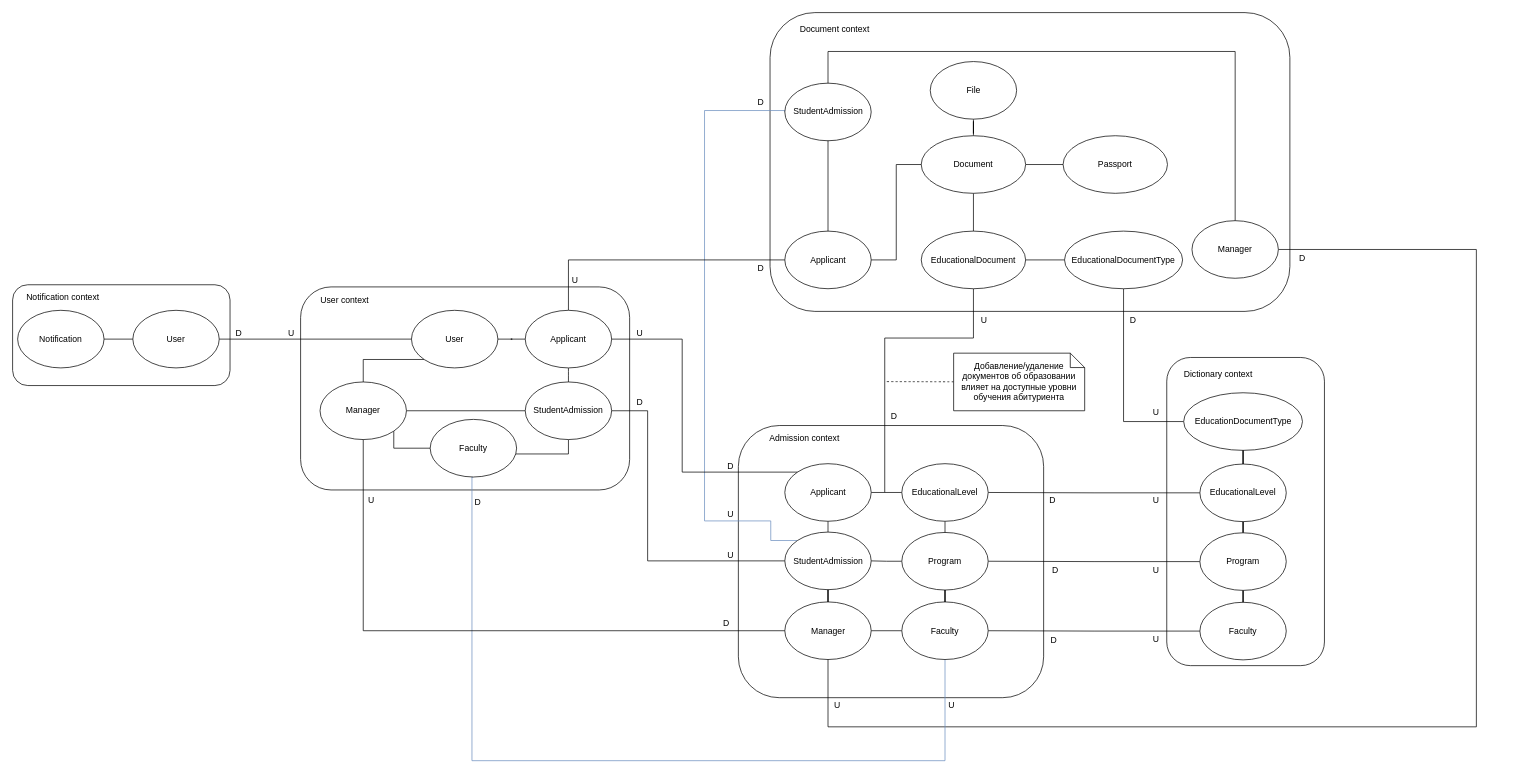
The draw.io diagram page "Context map" (1 of 7) of AdmissionSystem.drawio.xml in kubavsop/UniversityAdmission, before the edit. Source tidied: cells renumbered, new cells numbered last; positions are measured from the earlier drawing's top-left corner, leaving out a move shared by most shapes. Both pictures are drawn from the tidied source at 72%, with x=0, y=0 at pixel (12, 12).
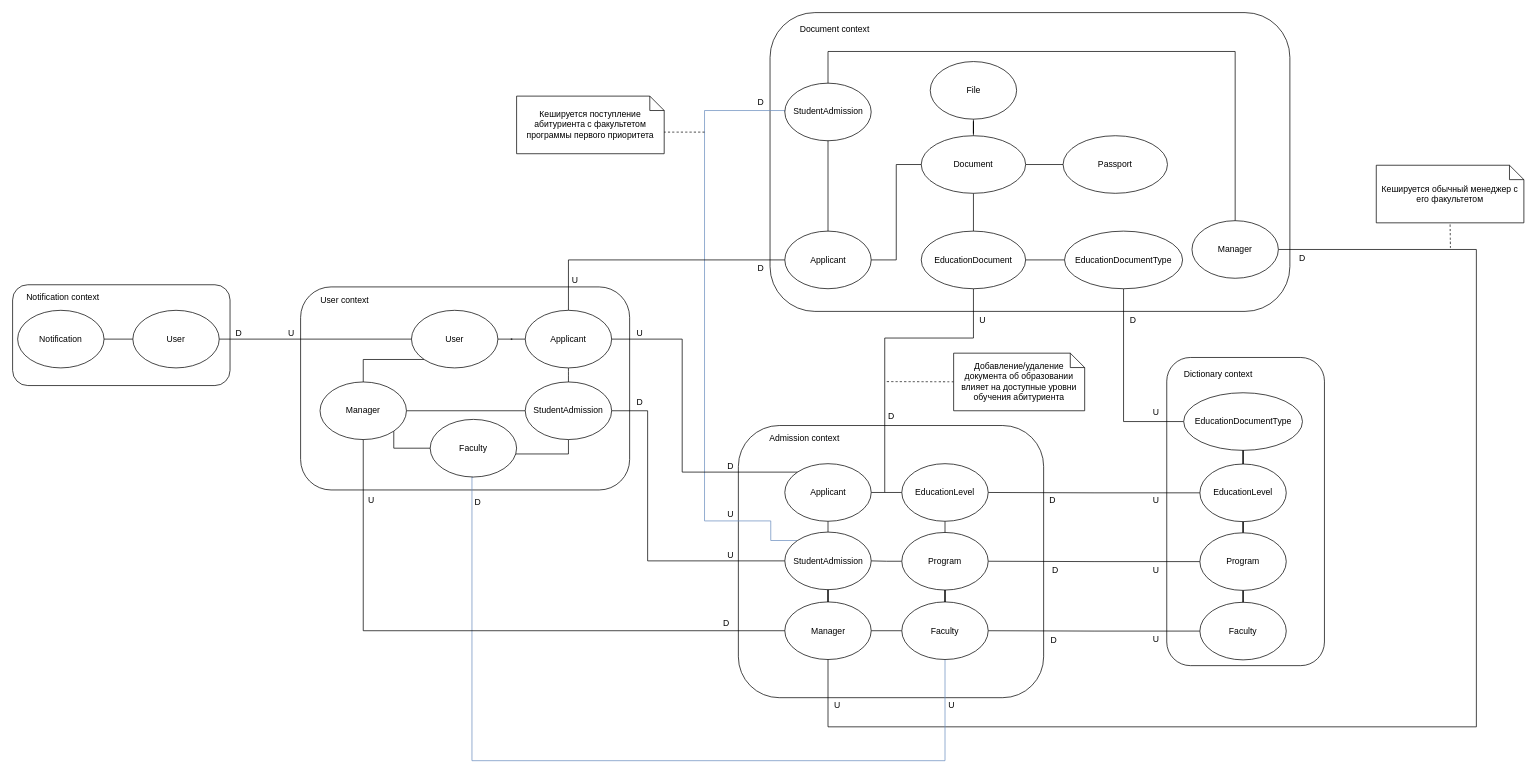
The same diagram, later.

Diff of the diagram source:
```diff
@@
-    <mxCell id="14" value="EducationalDocument" style="ellipse;whiteSpace=wrap;html=1;" parent="1" vertex="1">
+    <mxCell id="14" value="EducationDocument" style="ellipse;whiteSpace=wrap;html=1;" parent="1" vertex="1">
       <mxGeometry x="1262" y="303.5" width="145" height="80" as="geometry" />
     </mxCell>
@@
-    <mxCell id="36" value="EducationalLevel" style="ellipse;whiteSpace=wrap;html=1;" parent="1" vertex="1">
+    <mxCell id="36" value="EducationLevel" style="ellipse;whiteSpace=wrap;html=1;" parent="1" vertex="1">
       <mxGeometry x="1649" y="627" width="120" height="80" as="geometry" />
     </mxCell>
@@
-    <mxCell id="57" value="EducationalLevel" style="ellipse;whiteSpace=wrap;html=1;" parent="1" vertex="1">
+    <mxCell id="57" value="EducationLevel" style="ellipse;whiteSpace=wrap;html=1;" parent="1" vertex="1">
       <mxGeometry x="1235" y="626.5" width="120" height="80" as="geometry" />
     </mxCell>
-    <mxCell id="58" value="EducationalDocumentType" style="ellipse;whiteSpace=wrap;html=1;" parent="1" vertex="1">
+    <mxCell id="58" value="EducationDocumentType" style="ellipse;whiteSpace=wrap;html=1;" parent="1" vertex="1">
       <mxGeometry x="1461" y="303.5" width="164" height="80" as="geometry" />
     </mxCell>
@@
     <mxCell id="82" value="U" style="text;html=1;align=center;verticalAlign=middle;strokeColor=none;fillColor=none;" parent="1" vertex="1">
-      <mxGeometry x="1335" y="415" width="27" height="26" as="geometry" />
+      <mxGeometry x="1333" y="413.5" width="27" height="26" as="geometry" />
     </mxCell>
     <mxCell id="83" value="D" style="text;html=1;align=center;verticalAlign=middle;strokeColor=none;fillColor=none;" parent="1" vertex="1">
-      <mxGeometry x="1210" y="547.5" width="27" height="26" as="geometry" />
+      <mxGeometry x="1206.5" y="547.5" width="27" height="26" as="geometry" />
     </mxCell>
@@
-    <mxCell id="94" value="Добавление/удаление документов об образовании влияет на доступные уровни обучения абитуриента" style="shape=note;size=20;whiteSpace=wrap;html=1;" parent="1" vertex="1">
+    <mxCell id="94" value="Добавление/удаление документа об образовании влияет на доступные уровни обучения абитуриента" style="shape=note;size=20;whiteSpace=wrap;html=1;" parent="1" vertex="1">
       <mxGeometry x="1307" y="473" width="182" height="80" as="geometry" />
     </mxCell>
@@
+    <mxCell id="102" value="Кешируется обычный менеджер с его факультетом" style="shape=note;size=20;whiteSpace=wrap;html=1;" parent="1" vertex="1">
+      <mxGeometry x="1894" y="212" width="205" height="80" as="geometry" />
+    </mxCell>
+    <mxCell id="103" style="edgeStyle=none;curved=1;rounded=0;jettySize=auto;html=1;fontSize=12;startSize=8;endSize=8;endArrow=none;endFill=0;dashed=1;entryX=0.5;entryY=1;entryDx=0;entryDy=0;entryPerimeter=0;" parent="1" edge="1" target="102">
+      <mxGeometry relative="1" as="geometry">
+        <mxPoint x="1997" y="327" as="sourcePoint" />
+      </mxGeometry>
+    </mxCell>
+    <mxCell id="104" value="Кешируется поступление абитуриента с факультетом программы первого приоритета" style="shape=note;size=20;whiteSpace=wrap;html=1;" parent="1" vertex="1">
+      <mxGeometry x="700" y="116" width="205" height="80" as="geometry" />
+    </mxCell>
+    <mxCell id="105" style="edgeStyle=none;curved=1;rounded=0;jettySize=auto;html=1;fontSize=12;startSize=8;endSize=8;endArrow=none;endFill=0;dashed=1;entryX=0;entryY=0;entryDx=205;entryDy=50;entryPerimeter=0;" parent="1" edge="1" target="104">
+      <mxGeometry relative="1" as="geometry">
+        <mxPoint x="961" y="166" as="sourcePoint" />
+      </mxGeometry>
+    </mxCell>
```
